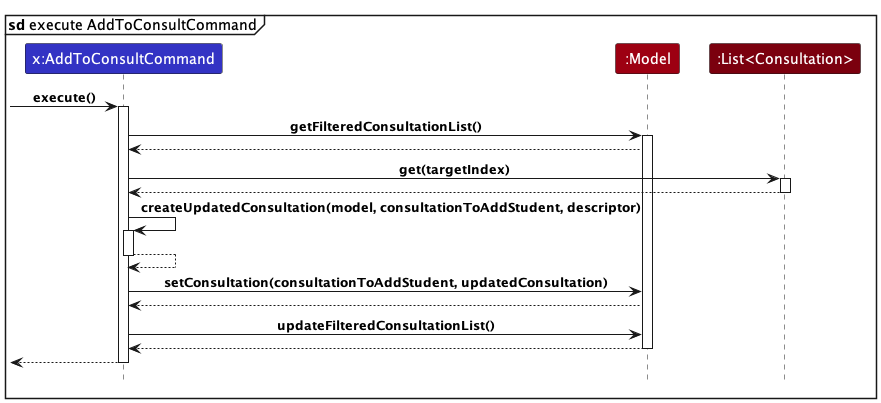
Before: docs/images/AddToConsultSequenceDiagram.png, a diagram exported from PlantUML (raydenlim/tp). The source it was exported from:
```plantuml
@startuml
!include style.puml

mainframe **sd** execute AddToConsultCommand

participant "x:AddToConsultCommand" as AddToConsultCommand LOGIC_COLOR

participant ":Model" as Model MODEL_COLOR

participant ":List<Consultation>" as ConsultationList MODEL_COLOR_T3

[-> AddToConsultCommand : execute()
activate AddToConsultCommand

AddToConsultCommand -> Model : getFilteredConsultationList()
activate Model

Model --> AddToConsultCommand

AddToConsultCommand -> ConsultationList : get(targetIndex)
activate ConsultationList

ConsultationList --> AddToConsultCommand
deactivate ConsultationList

AddToConsultCommand -> AddToConsultCommand : createUpdatedConsultation(model, consultationToAddStudent, descriptor)
activate AddToConsultCommand

AddToConsultCommand ---> AddToConsultCommand
deactivate AddToConsultCommand

AddToConsultCommand -> Model : setConsultation(consultationToAddStudent, updatedConsultation)

Model --> AddToConsultCommand

AddToConsultCommand -> Model : updateFilteredConsultationList()

Model ---> AddToConsultCommand
deactivate Model

[<-- AddToConsultCommand
deactivate AddToConsultCommand

@enduml
```
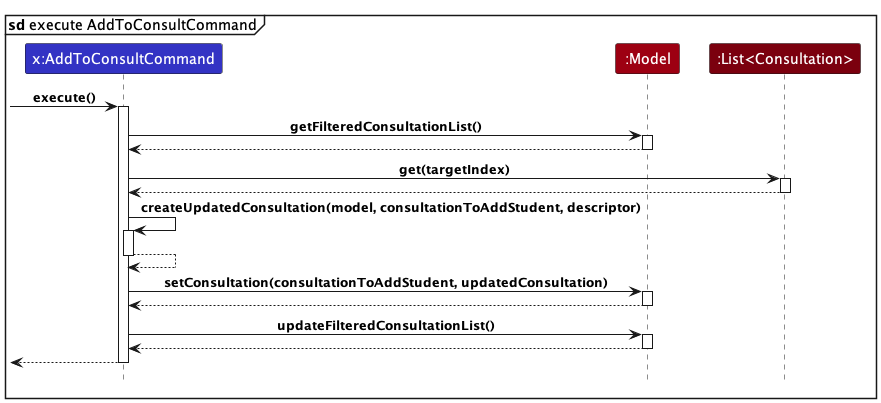
After the commit.

Commit message:
Update activity bar of sequence diagrams

The edit, as a diff of the source:
```diff
@@ -16,6 +16,7 @@
 activate Model
 
 Model --> AddToConsultCommand
+deactivate Model
 
 AddToConsultCommand -> ConsultationList : get(targetIndex)
 activate ConsultationList
@@ -30,10 +31,13 @@
 deactivate AddToConsultCommand
 
 AddToConsultCommand -> Model : setConsultation(consultationToAddStudent, updatedConsultation)
+activate Model
 
 Model --> AddToConsultCommand
+deactivate Model
 
 AddToConsultCommand -> Model : updateFilteredConsultationList()
+activate Model
 
 Model ---> AddToConsultCommand
 deactivate Model
```
